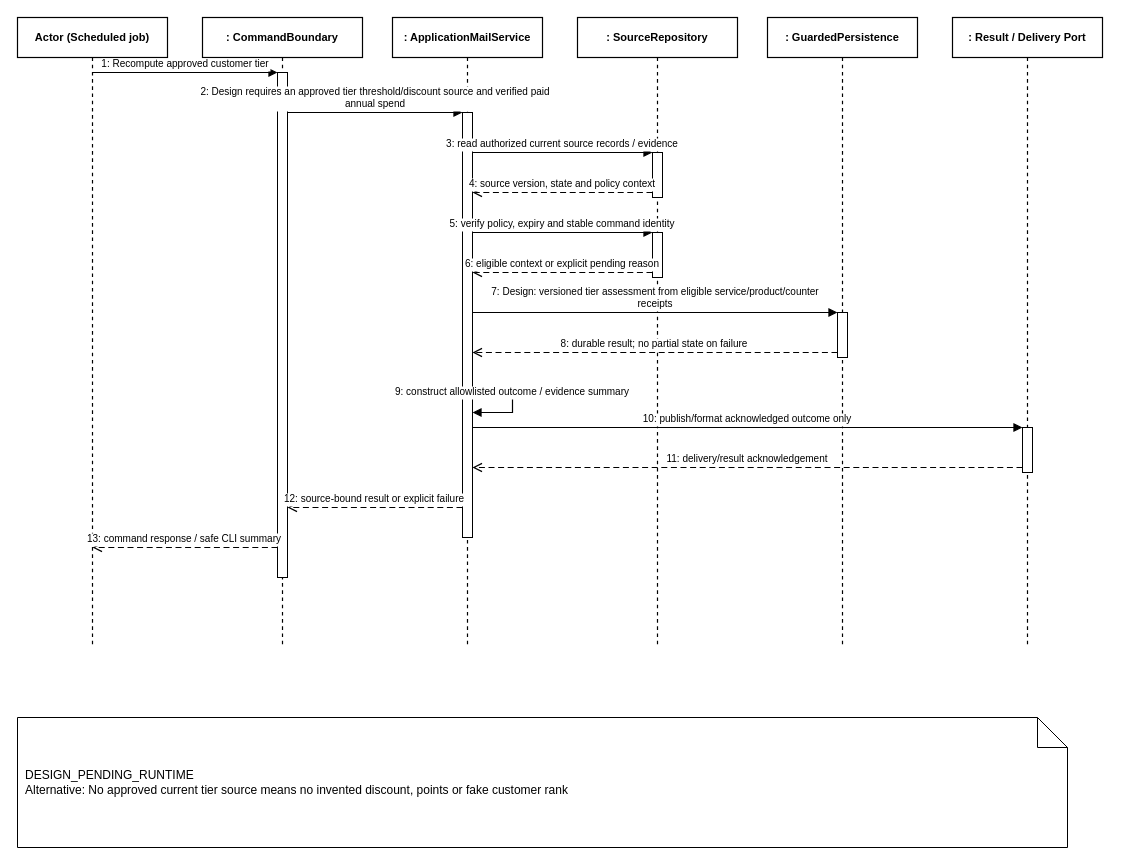
This is doc/reports/report4/sequence/job-05.drawio from ngocthanhhx7/SEP490_G101_FALL2026, a draw.io file, before an edit. Source tidied: cells renumbered, new cells numbered last; positions are measured from the earlier drawing's top-left corner, leaving out a move shared by most shapes. Both pictures are drawn from the tidied source at 100%, with x=0, y=0 at pixel (17, 17).
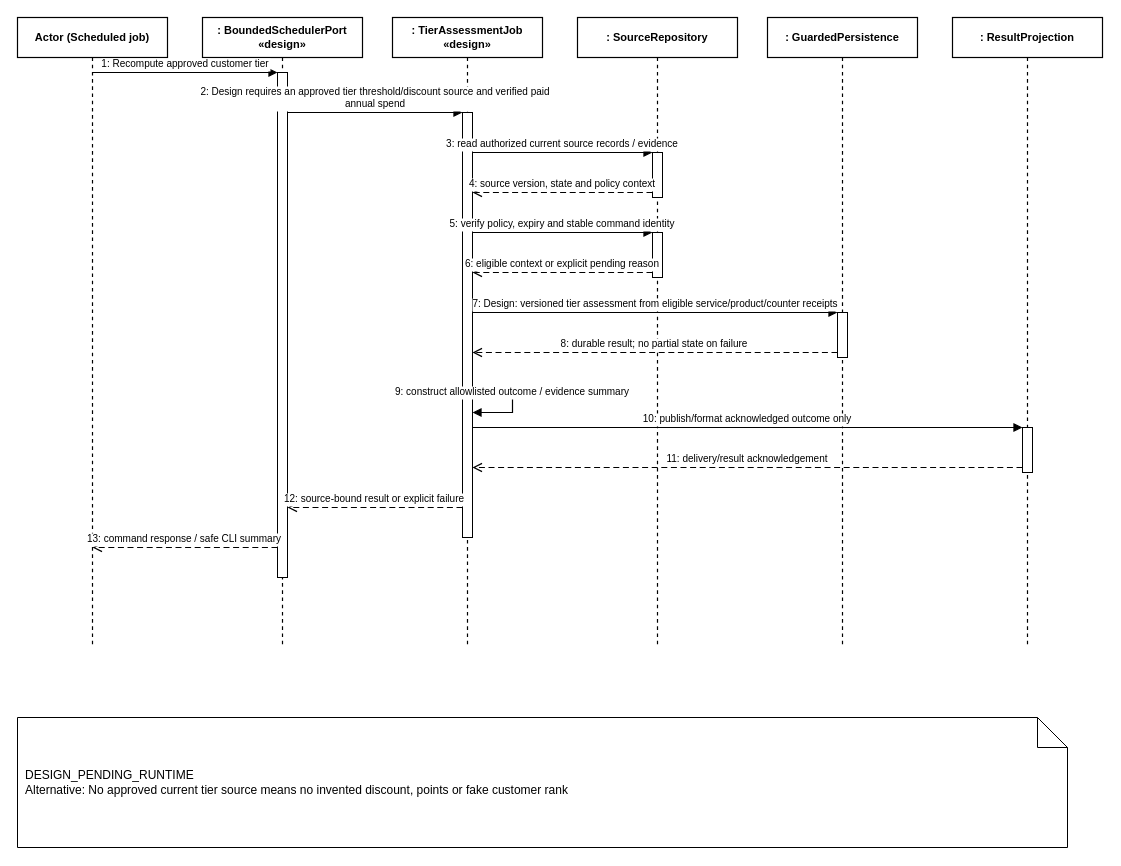
The same diagram, later.

Change to the diagram source:
```diff
@@
-    <mxCell id="3" value=": CommandBoundary" style="shape=umlLifeline;perimeter=lifelinePerimeter;whiteSpace=wrap;html=0;size=40;fillColor=#FFFFFF;strokeColor=#000000;strokeWidth=1.2;fontStyle=1;fontSize=11;align=center;" parent="1" vertex="1">
+    <mxCell id="3" value=": BoundedSchedulerPort «design»" style="shape=umlLifeline;perimeter=lifelinePerimeter;whiteSpace=wrap;html=0;size=40;fillColor=#FFFFFF;strokeColor=#000000;strokeWidth=1.2;fontStyle=1;fontSize=11;align=center;" parent="1" vertex="1">
       <mxGeometry x="185" width="160" height="630" as="geometry" />
     </mxCell>
-    <mxCell id="4" value=": ApplicationMailService" style="shape=umlLifeline;perimeter=lifelinePerimeter;whiteSpace=wrap;html=0;size=40;fillColor=#FFFFFF;strokeColor=#000000;strokeWidth=1.2;fontStyle=1;fontSize=11;align=center;" parent="1" vertex="1">
+    <mxCell id="4" value=": TierAssessmentJob «design»" style="shape=umlLifeline;perimeter=lifelinePerimeter;whiteSpace=wrap;html=0;size=40;fillColor=#FFFFFF;strokeColor=#000000;strokeWidth=1.2;fontStyle=1;fontSize=11;align=center;" parent="1" vertex="1">
       <mxGeometry x="375" width="150" height="630" as="geometry" />
     </mxCell>
@@
-    <mxCell id="7" value=": Result / Delivery Port" style="shape=umlLifeline;perimeter=lifelinePerimeter;whiteSpace=wrap;html=0;size=40;fillColor=#FFFFFF;strokeColor=#000000;strokeWidth=1.2;fontStyle=1;fontSize=11;align=center;" parent="1" vertex="1">
+    <mxCell id="7" value=": ResultProjection" style="shape=umlLifeline;perimeter=lifelinePerimeter;whiteSpace=wrap;html=0;size=40;fillColor=#FFFFFF;strokeColor=#000000;strokeWidth=1.2;fontStyle=1;fontSize=11;align=center;" parent="1" vertex="1">
       <mxGeometry x="935" width="150" height="630" as="geometry" />
     </mxCell>
@@
-    <mxCell id="20" value="7: Design: versioned tier assessment from eligible service/product/counter&#10;receipts" style="html=0;verticalAlign=bottom;endArrow=block;endFill=1;strokeColor=#000000;strokeWidth=1.2;fontSize=10;fontColor=#000000;edgeStyle=orthogonalEdgeStyle;rounded=0;" parent="1" edge="1">
+    <mxCell id="20" value="7: Design: versioned tier assessment from eligible service/product/counter receipts" style="html=0;verticalAlign=bottom;endArrow=block;endFill=1;strokeColor=#000000;strokeWidth=1.2;fontSize=10;fontColor=#000000;edgeStyle=orthogonalEdgeStyle;rounded=0;" parent="1" edge="1">
       <mxGeometry relative="1" as="geometry">
         <mxPoint x="455" y="295" as="sourcePoint" />
         <mxPoint x="820" y="295" as="targetPoint" />
       </mxGeometry>
     </mxCell>
```
